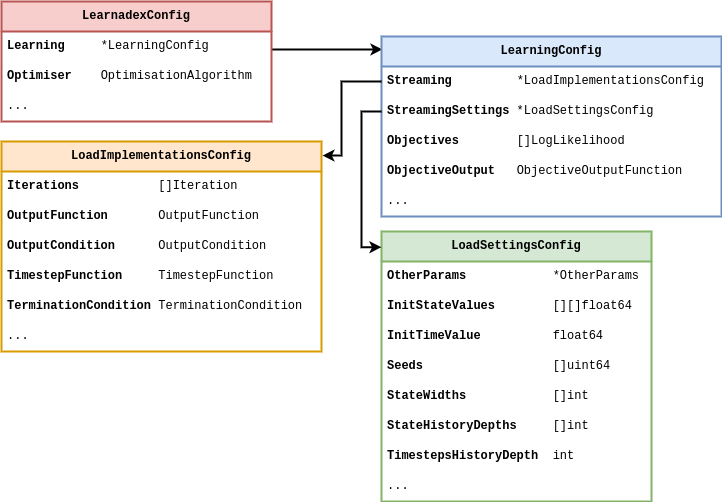
The draw.io diagram images/chapter-3-learnadex-data-types.drawio.png in umbralcalc/worlds-of-observation, before a commit. Source tidied: cells renumbered, new cells last; positions are measured from the earlier drawing's top-left corner, leaving out a move shared by most shapes.
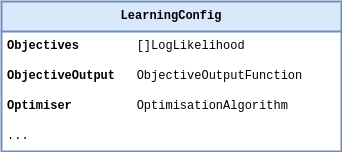
Later version of the same file.

What changed in the source:
```diff
@@ -2,102 +2,20 @@
   <root>
     <mxCell id="0" />
     <mxCell id="1" parent="0" />
-    <mxCell id="2" style="edgeStyle=orthogonalEdgeStyle;rounded=0;jettySize=auto;html=1;entryX=0.003;entryY=0.072;entryDx=0;entryDy=0;entryPerimeter=0;strokeWidth=2;" parent="1" edge="1" source="3" target="7">
-      <mxGeometry relative="1" as="geometry">
-        <Array as="points">
-          <mxPoint x="300" y="48" />
-          <mxPoint x="300" y="48" />
-        </Array>
-      </mxGeometry>
-    </mxCell>
-    <mxCell id="3" value="&lt;b&gt;LearnadexConfig&lt;/b&gt;" style="swimlane;fontStyle=0;horizontal=1;startSize=30;whiteSpace=wrap;html=1;fontFamily=Courier New;fillColor=#f8cecc;strokeColor=#b85450;strokeWidth=2;" parent="1" vertex="1">
-      <mxGeometry width="270" height="120" as="geometry" />
-    </mxCell>
-    <mxCell id="4" value="&lt;b&gt;Learning&amp;nbsp; &amp;nbsp; &amp;nbsp;&lt;/b&gt;*LearningConfig" style="text;strokeColor=none;fillColor=none;align=left;verticalAlign=middle;spacingLeft=4;spacingRight=4;overflow=hidden;whiteSpace=wrap;html=1;fontFamily=Courier New;" parent="3" vertex="1">
-      <mxGeometry y="30" width="270" height="30" as="geometry" />
-    </mxCell>
-    <mxCell id="5" value="&lt;b&gt;Optimiser&amp;nbsp; &amp;nbsp; &lt;/b&gt;OptimisationAlgorithm" style="text;strokeColor=none;fillColor=none;align=left;verticalAlign=middle;spacingLeft=4;spacingRight=4;overflow=hidden;whiteSpace=wrap;html=1;fontFamily=Courier New;" parent="3" vertex="1">
-      <mxGeometry y="60" width="270" height="30" as="geometry" />
-    </mxCell>
-    <mxCell id="6" value="..." style="text;strokeColor=none;fillColor=none;align=left;verticalAlign=middle;spacingLeft=4;spacingRight=4;overflow=hidden;whiteSpace=wrap;html=1;fontFamily=Courier New;" parent="3" vertex="1">
-      <mxGeometry y="90" width="270" height="30" as="geometry" />
-    </mxCell>
     <mxCell id="7" value="&lt;b&gt;LearningConfig&lt;/b&gt;" style="swimlane;fontStyle=0;horizontal=1;startSize=30;whiteSpace=wrap;html=1;fontFamily=Courier New;fillColor=#dae8fc;strokeColor=#6c8ebf;strokeWidth=2;" parent="1" vertex="1">
-      <mxGeometry x="380" y="35" width="340" height="180" as="geometry" />
+      <mxGeometry x="380" y="35" width="340" height="150" as="geometry" />
     </mxCell>
-    <mxCell id="8" value="&lt;b&gt;Streaming&amp;nbsp;&lt;/b&gt;&amp;nbsp; &amp;nbsp; &amp;nbsp; &amp;nbsp; *LoadImplementationsConfig" style="text;strokeColor=none;fillColor=none;align=left;verticalAlign=middle;spacingLeft=4;spacingRight=4;overflow=hidden;points=[[0,0.5],[1,0.5]];portConstraint=eastwest;whiteSpace=wrap;html=1;fontFamily=Courier New;" parent="7" vertex="1">
-      <mxGeometry y="30" width="340" height="30" as="geometry" />
-    </mxCell>
-    <mxCell id="9" value="&lt;b&gt;StreamingSettings&lt;/b&gt; *LoadSettingsConfig" style="text;strokeColor=none;fillColor=none;align=left;verticalAlign=middle;spacingLeft=4;spacingRight=4;overflow=hidden;points=[[0,0.5],[1,0.5]];portConstraint=eastwest;whiteSpace=wrap;html=1;fontFamily=Courier New;" parent="7" vertex="1">
-      <mxGeometry y="60" width="340" height="30" as="geometry" />
-    </mxCell>
     <mxCell id="10" value="&lt;b&gt;Objectives&lt;/b&gt;&amp;nbsp; &amp;nbsp; &amp;nbsp; &amp;nbsp; []LogLikelihood" style="text;strokeColor=none;fillColor=none;align=left;verticalAlign=middle;spacingLeft=4;spacingRight=4;overflow=hidden;whiteSpace=wrap;html=1;fontFamily=Courier New;" parent="7" vertex="1">
-      <mxGeometry y="90" width="340" height="30" as="geometry" />
+      <mxGeometry y="30" width="340" height="30" as="geometry" />
     </mxCell>
     <mxCell id="11" value="&lt;b&gt;ObjectiveOutput&amp;nbsp; &amp;nbsp;&lt;/b&gt;ObjectiveOutputFunction" style="text;strokeColor=none;fillColor=none;align=left;verticalAlign=middle;spacingLeft=4;spacingRight=4;overflow=hidden;whiteSpace=wrap;html=1;fontFamily=Courier New;" parent="7" vertex="1">
-      <mxGeometry y="120" width="340" height="30" as="geometry" />
+      <mxGeometry y="60" width="340" height="30" as="geometry" />
     </mxCell>
+    <mxCell id="5" value="&lt;b&gt;Optimiser&amp;nbsp; &amp;nbsp; &amp;nbsp; &amp;nbsp; &amp;nbsp;&lt;/b&gt;OptimisationAlgorithm" style="text;strokeColor=none;fillColor=none;align=left;verticalAlign=middle;spacingLeft=4;spacingRight=4;overflow=hidden;whiteSpace=wrap;html=1;fontFamily=Courier New;" parent="7" vertex="1">
+      <mxGeometry y="90" width="340" height="30" as="geometry" />
+    </mxCell>
     <mxCell id="12" value="..." style="text;strokeColor=none;fillColor=none;align=left;verticalAlign=middle;spacingLeft=4;spacingRight=4;overflow=hidden;whiteSpace=wrap;html=1;fontFamily=Courier New;" parent="7" vertex="1">
-      <mxGeometry y="150" width="340" height="30" as="geometry" />
+      <mxGeometry y="120" width="340" height="30" as="geometry" />
     </mxCell>
-    <mxCell id="13" value="&lt;b&gt;LoadImplementationsConfig&lt;/b&gt;" style="swimlane;fontStyle=0;horizontal=1;startSize=30;whiteSpace=wrap;html=1;fontFamily=Courier New;strokeWidth=2;fillColor=#ffe6cc;strokeColor=#d79b00;" parent="1" vertex="1">
-      <mxGeometry y="140" width="320" height="210" as="geometry" />
-    </mxCell>
-    <mxCell id="14" value="&lt;b&gt;Iterations&lt;/b&gt;&amp;nbsp; &amp;nbsp; &amp;nbsp; &amp;nbsp; &amp;nbsp; &amp;nbsp;[]Iteration" style="text;strokeColor=none;fillColor=none;align=left;verticalAlign=middle;spacingLeft=4;spacingRight=4;overflow=hidden;whiteSpace=wrap;html=1;fontFamily=Courier New;" parent="13" vertex="1">
-      <mxGeometry y="30" width="320" height="30" as="geometry" />
-    </mxCell>
-    <mxCell id="15" value="&lt;b&gt;OutputFunction&lt;/b&gt;&amp;nbsp; &amp;nbsp; &amp;nbsp; &amp;nbsp;OutputFunction" style="text;strokeColor=none;fillColor=none;align=left;verticalAlign=middle;spacingLeft=4;spacingRight=4;overflow=hidden;whiteSpace=wrap;html=1;fontFamily=Courier New;" parent="13" vertex="1">
-      <mxGeometry y="60" width="320" height="30" as="geometry" />
-    </mxCell>
-    <mxCell id="16" value="&lt;b&gt;OutputCondition&lt;/b&gt;&amp;nbsp; &amp;nbsp; &amp;nbsp; OutputCondition" style="text;strokeColor=none;fillColor=none;align=left;verticalAlign=middle;spacingLeft=4;spacingRight=4;overflow=hidden;whiteSpace=wrap;html=1;fontFamily=Courier New;" parent="13" vertex="1">
-      <mxGeometry y="90" width="320" height="30" as="geometry" />
-    </mxCell>
-    <mxCell id="17" value="&lt;b&gt;TimestepFunction&lt;/b&gt;&amp;nbsp; &amp;nbsp; &amp;nbsp;TimestepFunction" style="text;strokeColor=none;fillColor=none;align=left;verticalAlign=middle;spacingLeft=4;spacingRight=4;overflow=hidden;whiteSpace=wrap;html=1;fontFamily=Courier New;" parent="13" vertex="1">
-      <mxGeometry y="120" width="320" height="30" as="geometry" />
-    </mxCell>
-    <mxCell id="18" value="&lt;b&gt;TerminationCondition&lt;/b&gt;&amp;nbsp;TerminationCondition" style="text;strokeColor=none;fillColor=none;align=left;verticalAlign=middle;spacingLeft=4;spacingRight=4;overflow=hidden;whiteSpace=wrap;html=1;fontFamily=Courier New;" parent="13" vertex="1">
-      <mxGeometry y="150" width="320" height="30" as="geometry" />
-    </mxCell>
-    <mxCell id="19" value="..." style="text;strokeColor=none;fillColor=none;align=left;verticalAlign=middle;spacingLeft=4;spacingRight=4;overflow=hidden;whiteSpace=wrap;html=1;fontFamily=Courier New;" parent="13" vertex="1">
-      <mxGeometry y="180" width="320" height="30" as="geometry" />
-    </mxCell>
-    <mxCell id="20" style="edgeStyle=orthogonalEdgeStyle;rounded=0;jettySize=auto;html=1;entryX=1.003;entryY=0.067;entryDx=0;entryDy=0;entryPerimeter=0;strokeWidth=2;exitX=0;exitY=0.5;exitDx=0;exitDy=0;" parent="1" edge="1" source="8" target="13">
-      <mxGeometry relative="1" as="geometry">
-        <Array as="points">
-          <mxPoint x="340" y="80" />
-          <mxPoint x="340" y="154" />
-        </Array>
-      </mxGeometry>
-    </mxCell>
-    <mxCell id="21" value="&lt;b&gt;LoadSettingsConfig&lt;/b&gt;" style="swimlane;fontStyle=0;horizontal=1;startSize=30;whiteSpace=wrap;html=1;fontFamily=Courier New;strokeWidth=2;fillColor=#d5e8d4;strokeColor=#82b366;" parent="1" vertex="1">
-      <mxGeometry x="380" y="230" width="270" height="270" as="geometry" />
-    </mxCell>
-    <mxCell id="22" value="&lt;b&gt;OtherParams&lt;/b&gt;&amp;nbsp; &amp;nbsp; &amp;nbsp; &amp;nbsp; &amp;nbsp; &amp;nbsp; *OtherParams" style="text;strokeColor=none;fillColor=none;align=left;verticalAlign=middle;spacingLeft=4;spacingRight=4;overflow=hidden;whiteSpace=wrap;html=1;fontFamily=Courier New;" parent="21" vertex="1">
-      <mxGeometry y="30" width="270" height="30" as="geometry" />
-    </mxCell>
-    <mxCell id="23" value="&lt;b&gt;InitStateValues&lt;/b&gt;&amp;nbsp; &amp;nbsp; &amp;nbsp; &amp;nbsp; [][]float64" style="text;strokeColor=none;fillColor=none;align=left;verticalAlign=middle;spacingLeft=4;spacingRight=4;overflow=hidden;whiteSpace=wrap;html=1;fontFamily=Courier New;" parent="21" vertex="1">
-      <mxGeometry y="60" width="270" height="30" as="geometry" />
-    </mxCell>
-    <mxCell id="24" value="&lt;b&gt;InitTimeValue&lt;/b&gt;&amp;nbsp; &amp;nbsp; &amp;nbsp; &amp;nbsp; &amp;nbsp; float64" style="text;strokeColor=none;fillColor=none;align=left;verticalAlign=middle;spacingLeft=4;spacingRight=4;overflow=hidden;whiteSpace=wrap;html=1;fontFamily=Courier New;" parent="21" vertex="1">
-      <mxGeometry y="90" width="270" height="30" as="geometry" />
-    </mxCell>
-    <mxCell id="25" value="&lt;b&gt;Seeds&lt;/b&gt;&amp;nbsp; &amp;nbsp; &amp;nbsp; &amp;nbsp; &amp;nbsp; &amp;nbsp; &amp;nbsp; &amp;nbsp; &amp;nbsp; []uint64" style="text;strokeColor=none;fillColor=none;align=left;verticalAlign=middle;spacingLeft=4;spacingRight=4;overflow=hidden;whiteSpace=wrap;html=1;fontFamily=Courier New;" parent="21" vertex="1">
-      <mxGeometry y="120" width="270" height="30" as="geometry" />
-    </mxCell>
-    <mxCell id="26" value="&lt;b&gt;StateWidths&lt;/b&gt;&amp;nbsp; &amp;nbsp; &amp;nbsp; &amp;nbsp; &amp;nbsp; &amp;nbsp; []int" style="text;strokeColor=none;fillColor=none;align=left;verticalAlign=middle;spacingLeft=4;spacingRight=4;overflow=hidden;whiteSpace=wrap;html=1;fontFamily=Courier New;" parent="21" vertex="1">
-      <mxGeometry y="150" width="270" height="30" as="geometry" />
-    </mxCell>
-    <mxCell id="27" value="&lt;b&gt;StateHistoryDepths&lt;/b&gt;&amp;nbsp; &amp;nbsp; &amp;nbsp;[]int" style="text;strokeColor=none;fillColor=none;align=left;verticalAlign=middle;spacingLeft=4;spacingRight=4;overflow=hidden;whiteSpace=wrap;html=1;fontFamily=Courier New;" parent="21" vertex="1">
-      <mxGeometry y="180" width="270" height="30" as="geometry" />
-    </mxCell>
-    <mxCell id="28" value="&lt;b&gt;TimestepsHistoryDepth&lt;/b&gt;&amp;nbsp; int" style="text;strokeColor=none;fillColor=none;align=left;verticalAlign=middle;spacingLeft=4;spacingRight=4;overflow=hidden;whiteSpace=wrap;html=1;fontFamily=Courier New;" parent="21" vertex="1">
-      <mxGeometry y="210" width="270" height="30" as="geometry" />
-    </mxCell>
-    <mxCell id="29" value="..." style="text;strokeColor=none;fillColor=none;align=left;verticalAlign=middle;spacingLeft=4;spacingRight=4;overflow=hidden;whiteSpace=wrap;html=1;fontFamily=Courier New;" parent="21" vertex="1">
-      <mxGeometry y="240" width="270" height="30" as="geometry" />
-    </mxCell>
-    <mxCell id="30" style="edgeStyle=orthogonalEdgeStyle;rounded=0;jettySize=auto;html=1;entryX=0;entryY=0.058;entryDx=0;entryDy=0;entryPerimeter=0;strokeWidth=2;" parent="1" edge="1" source="9" target="21">
-      <mxGeometry relative="1" as="geometry" />
-    </mxCell>
   </root>
 </mxGraphModel>
```
